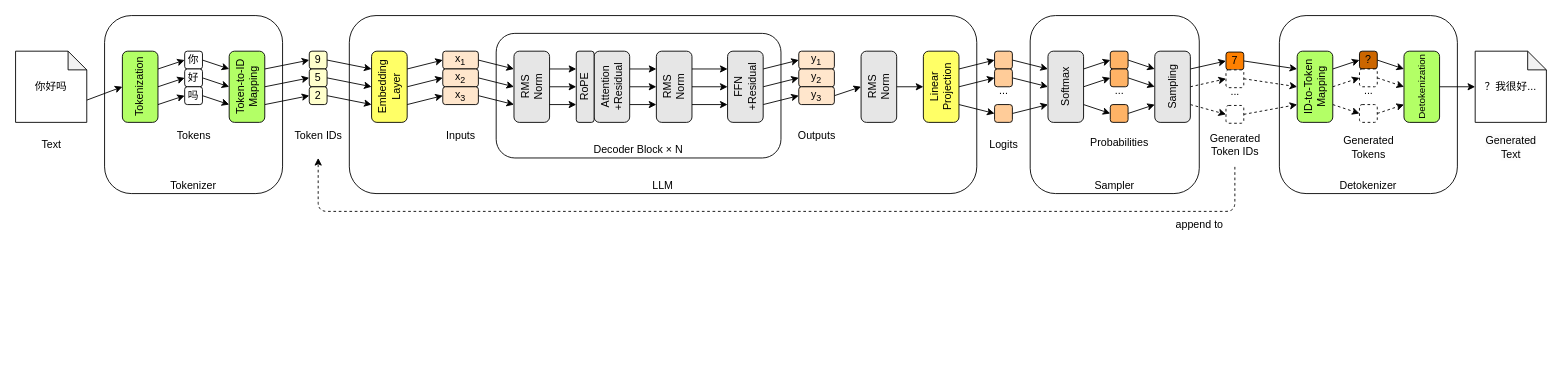
This is page "progress" (3 of 3) of books/toyllm/draw/ch01.drawio from zxh0/ann-book, a draw.io file, before an edit. Source tidied: cells renumbered, new cells numbered last; positions are measured from the earlier drawing's top-left corner, leaving out a move shared by most shapes. Both pictures are drawn from the tidied source at 89%, with x=0, y=0 at pixel (15, 15).
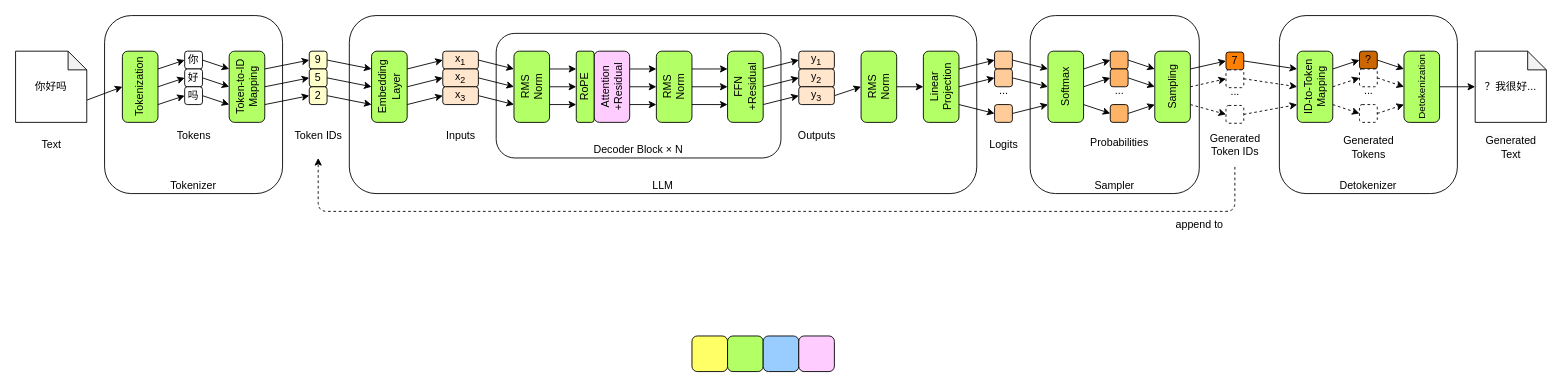
Above is the later version.

Diff of the diagram source:
```diff
@@
-    <mxCell id="11" value="RMS&lt;br&gt;Norm" style="rounded=1;whiteSpace=wrap;html=1;rotation=-90;fillColor=#E6E6E6;" parent="1" vertex="1">
+    <mxCell id="11" value="RMS&lt;br&gt;Norm" style="rounded=1;whiteSpace=wrap;html=1;rotation=-90;fillColor=#B3FF66;" parent="1" vertex="1">
       <mxGeometry x="540" y="60" width="80" height="40" as="geometry" />
     </mxCell>
@@
-    <mxCell id="15" value="FFN&lt;br&gt;+Residual" style="rounded=1;whiteSpace=wrap;html=1;rotation=-90;fillColor=#E6E6E6;" parent="1" vertex="1">
+    <mxCell id="15" value="FFN&lt;br&gt;+Residual" style="rounded=1;whiteSpace=wrap;html=1;rotation=-90;fillColor=#B3FF66;" parent="1" vertex="1">
       <mxGeometry x="780" y="60" width="80" height="40" as="geometry" />
     </mxCell>
@@
-    <mxCell id="21" value="Embedding&lt;br&gt;Layer" style="rounded=1;whiteSpace=wrap;html=1;rotation=-90;fillColor=#FFFF66;" parent="1" vertex="1">
+    <mxCell id="21" value="Embedding&lt;br&gt;Layer" style="rounded=1;whiteSpace=wrap;html=1;rotation=-90;fillColor=#B3FF66;" parent="1" vertex="1">
       <mxGeometry x="380" y="60" width="80" height="40" as="geometry" />
     </mxCell>
@@
-    <mxCell id="41" value="Attention&lt;br&gt;+Residual" style="rounded=1;whiteSpace=wrap;html=1;rotation=-90;fillColor=#E6E6E6;" parent="1" vertex="1">
+    <mxCell id="41" value="Attention&lt;br&gt;+Residual" style="rounded=1;whiteSpace=wrap;html=1;rotation=-90;fillColor=#FFCCFF;" parent="1" vertex="1">
       <mxGeometry x="630" y="60" width="80" height="40" as="geometry" />
     </mxCell>
@@
-    <mxCell id="45" value="&lt;span style=&quot;color: rgb(0, 0, 0);&quot;&gt;RMS&lt;/span&gt;&lt;br style=&quot;color: rgb(63, 63, 63); scrollbar-color: rgb(226, 226, 226) rgb(251, 251, 251);&quot;&gt;&lt;span style=&quot;color: rgb(0, 0, 0);&quot;&gt;Norm&lt;/span&gt;" style="rounded=1;whiteSpace=wrap;html=1;rotation=-90;fillColor=#E6E6E6;" parent="1" vertex="1">
+    <mxCell id="45" value="&lt;span style=&quot;color: rgb(0, 0, 0);&quot;&gt;RMS&lt;/span&gt;&lt;br style=&quot;color: rgb(63, 63, 63); scrollbar-color: rgb(226, 226, 226) rgb(251, 251, 251);&quot;&gt;&lt;span style=&quot;color: rgb(0, 0, 0);&quot;&gt;Norm&lt;/span&gt;" style="rounded=1;whiteSpace=wrap;html=1;rotation=-90;fillColor=#B3FF66;" parent="1" vertex="1">
       <mxGeometry x="700" y="60" width="80" height="40" as="geometry" />
     </mxCell>
@@
-    <mxCell id="47" value="RoPE" style="rounded=1;whiteSpace=wrap;html=1;rotation=-90;fillColor=#E6E6E6;" parent="1" vertex="1">
+    <mxCell id="47" value="RoPE" style="rounded=1;whiteSpace=wrap;html=1;rotation=-90;fillColor=#B3FF66;" parent="1" vertex="1">
       <mxGeometry x="600" y="70" width="80" height="20" as="geometry" />
     </mxCell>
@@
-    <mxCell id="58" value="Linear&lt;br&gt;Projection" style="rounded=1;whiteSpace=wrap;html=1;rotation=-90;fillColor=#FFFF66;" parent="1" vertex="1">
+    <mxCell id="58" value="Linear&lt;br&gt;Projection" style="rounded=1;whiteSpace=wrap;html=1;rotation=-90;fillColor=#B3FF66;" parent="1" vertex="1">
       <mxGeometry x="1000" y="60" width="80" height="40" as="geometry" />
     </mxCell>
@@
-    <mxCell id="63" value="Softmax" style="rounded=1;whiteSpace=wrap;html=1;rotation=-90;fillColor=#E6E6E6;" parent="1" vertex="1">
+    <mxCell id="63" value="Softmax" style="rounded=1;whiteSpace=wrap;html=1;rotation=-90;fillColor=#B3FF66;" parent="1" vertex="1">
       <mxGeometry x="1140" y="60" width="80" height="40" as="geometry" />
     </mxCell>
@@
-    <mxCell id="69" value="Sampling" style="rounded=1;whiteSpace=wrap;html=1;rotation=-90;fillColor=#E6E6E6;" parent="1" vertex="1">
+    <mxCell id="69" value="Sampling" style="rounded=1;whiteSpace=wrap;html=1;rotation=-90;fillColor=#B3FF66;" parent="1" vertex="1">
       <mxGeometry x="1260" y="60" width="80" height="40" as="geometry" />
     </mxCell>
@@
-    <mxCell id="119" value="&lt;span style=&quot;scrollbar-color: rgb(226, 226, 226) rgb(251, 251, 251); color: rgb(0, 0, 0);&quot;&gt;RMS&lt;/span&gt;&lt;br style=&quot;scrollbar-color: rgb(226, 226, 226) rgb(251, 251, 251); color: rgb(63, 63, 63);&quot;&gt;&lt;span style=&quot;scrollbar-color: rgb(226, 226, 226) rgb(251, 251, 251); color: rgb(0, 0, 0);&quot;&gt;Norm&lt;/span&gt;" style="rounded=1;whiteSpace=wrap;html=1;rotation=-90;fillColor=#E6E6E6;" parent="1" vertex="1">
+    <mxCell id="119" value="&lt;span style=&quot;scrollbar-color: rgb(226, 226, 226) rgb(251, 251, 251); color: rgb(0, 0, 0);&quot;&gt;RMS&lt;/span&gt;&lt;br style=&quot;scrollbar-color: rgb(226, 226, 226) rgb(251, 251, 251); color: rgb(63, 63, 63);&quot;&gt;&lt;span style=&quot;scrollbar-color: rgb(226, 226, 226) rgb(251, 251, 251); color: rgb(0, 0, 0);&quot;&gt;Norm&lt;/span&gt;" style="rounded=1;whiteSpace=wrap;html=1;rotation=-90;fillColor=#B3FF66;" parent="1" vertex="1">
       <mxGeometry x="930" y="60" width="80" height="40" as="geometry" />
     </mxCell>
@@
+    <mxCell id="122" style="rounded=1;whiteSpace=wrap;html=1;rotation=0;fillColor=#FFFF66;" parent="1" vertex="1">
+      <mxGeometry x="760" y="360" width="40" height="40" as="geometry" />
+    </mxCell>
+    <mxCell id="123" style="rounded=1;whiteSpace=wrap;html=1;rotation=0;fillColor=#B3FF66;" parent="1" vertex="1">
+      <mxGeometry x="800" y="360" width="40" height="40" as="geometry" />
+    </mxCell>
+    <mxCell id="124" style="rounded=1;whiteSpace=wrap;html=1;rotation=0;fillColor=#99CCFF;" parent="1" vertex="1">
+      <mxGeometry x="840" y="360" width="40" height="40" as="geometry" />
+    </mxCell>
+    <mxCell id="125" style="rounded=1;whiteSpace=wrap;html=1;rotation=0;fillColor=#FFCCFF;" parent="1" vertex="1">
+      <mxGeometry x="880" y="360" width="40" height="40" as="geometry" />
+    </mxCell>
```
